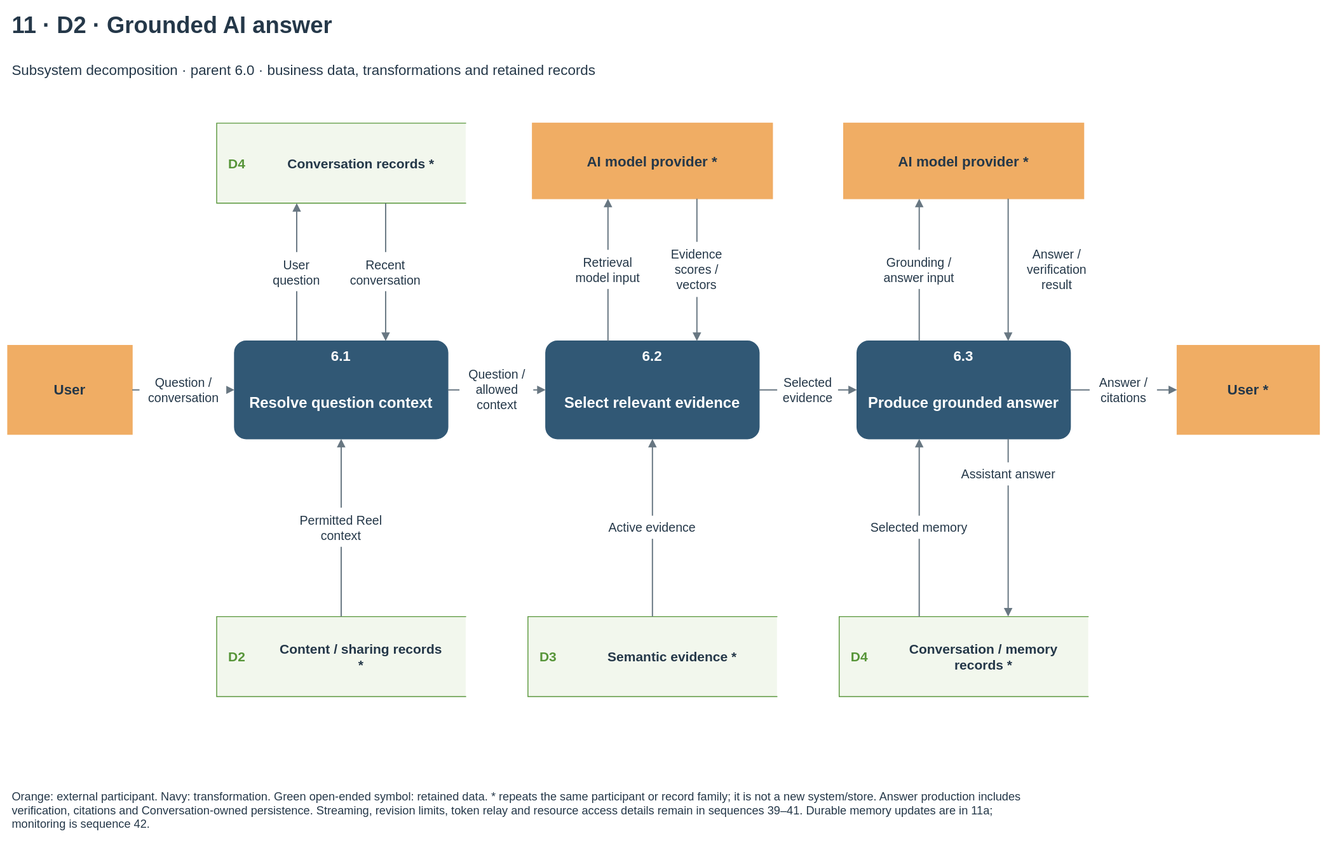
Before: docs/diagrams/velora-current/importable-svg/11-dfd-rag.drawio.svg, a diagram exported from draw.io (HieuCuteDangYeu/velora-backend). Source tidied: cells renumbered, new cells last; positions are measured from the earlier drawing's top-left corner, leaving out a move shared by most shapes.
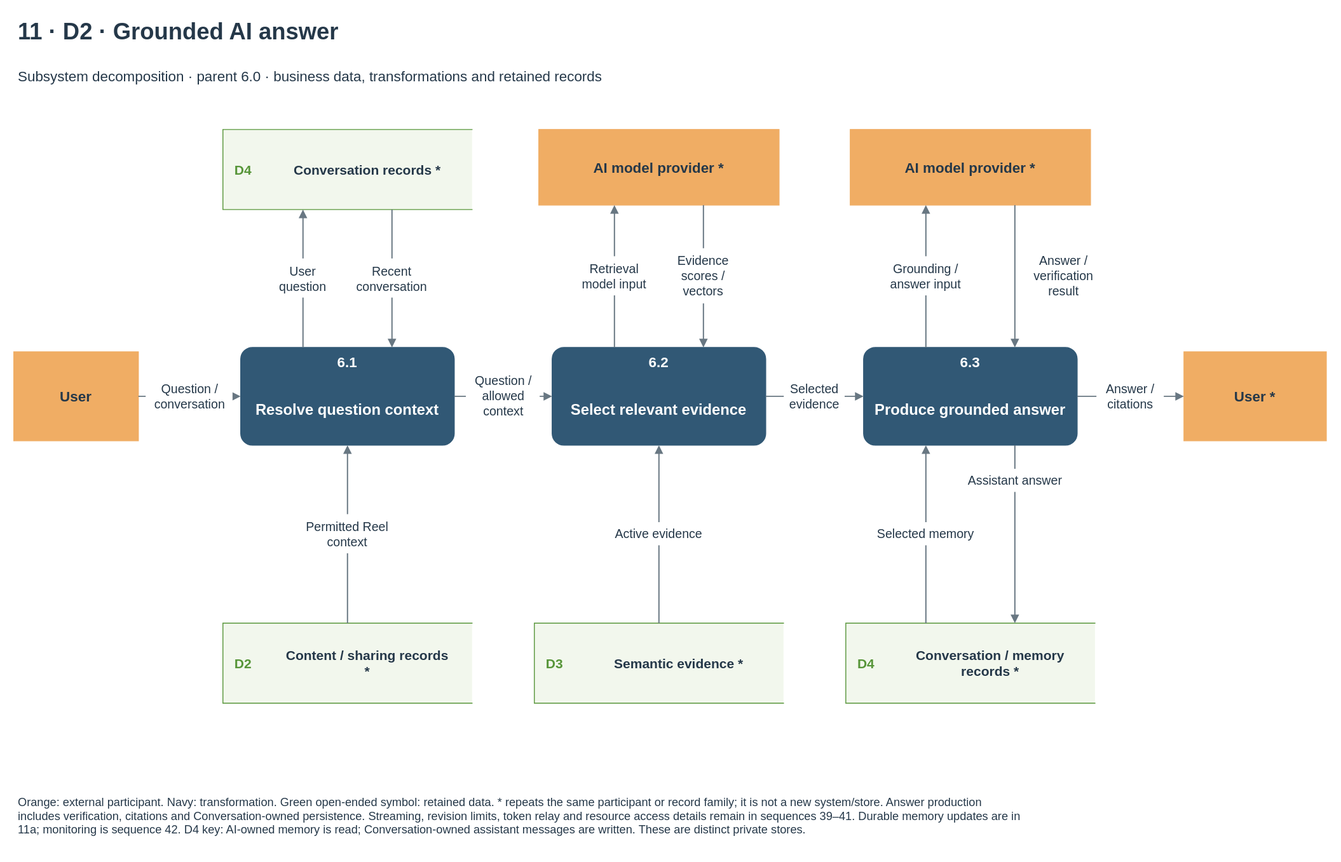
The same file after the commit.

Change to the diagram source:
```diff
@@ -221,8 +221,8 @@
     <mxCell id="74" value="Assistant answer" style="text;html=1;whiteSpace=wrap;fontFamily=Arial;fontSize=14;fontColor=#253849;fontStyle=0;align=center;verticalAlign=middle;spacing=0;" parent="1" vertex="1">
       <mxGeometry x="1061.6" y="512" width="126.8" height="26" as="geometry" />
     </mxCell>
-    <mxCell id="75" value="Orange: external participant. Navy: transformation. Green open-ended symbol: retained data. * repeats the same participant or record family; it is not a new system/store. Answer production includes&lt;br&gt;verification, citations and Conversation-owned persistence. Streaming, revision limits, token relay and resource access details remain in sequences 39–41. Durable memory updates are in 11a;&lt;br&gt;monitoring is sequence 42." style="text;html=1;whiteSpace=wrap;fontFamily=Arial;fontSize=13;fontColor=#253849;fontStyle=0;align=left;verticalAlign=middle;spacing=0;" parent="1" vertex="1">
-      <mxGeometry x="5" y="865" width="1460" height="75" as="geometry" />
+    <mxCell id="75" value="Orange: external participant. Navy: transformation. Green open-ended symbol: retained data. * repeats the same participant or record family; it is not a new system/store. Answer production&lt;br&gt;includes verification, citations and Conversation-owned persistence. Streaming, revision limits, token relay and resource access details remain in sequences 39–41. Durable memory updates are in&lt;br&gt;11a; monitoring is sequence 42. D4 key: AI-owned memory is read; Conversation-owned assistant messages are written. These are distinct private stores." style="text;html=1;whiteSpace=wrap;fontFamily=Arial;fontSize=13;fontColor=#253849;fontStyle=0;align=left;verticalAlign=middle;spacing=0;" parent="1" vertex="1">
+      <mxGeometry x="5" y="865" width="1460" height="74" as="geometry" />
     </mxCell>
   </root>
 </mxGraphModel>
```
